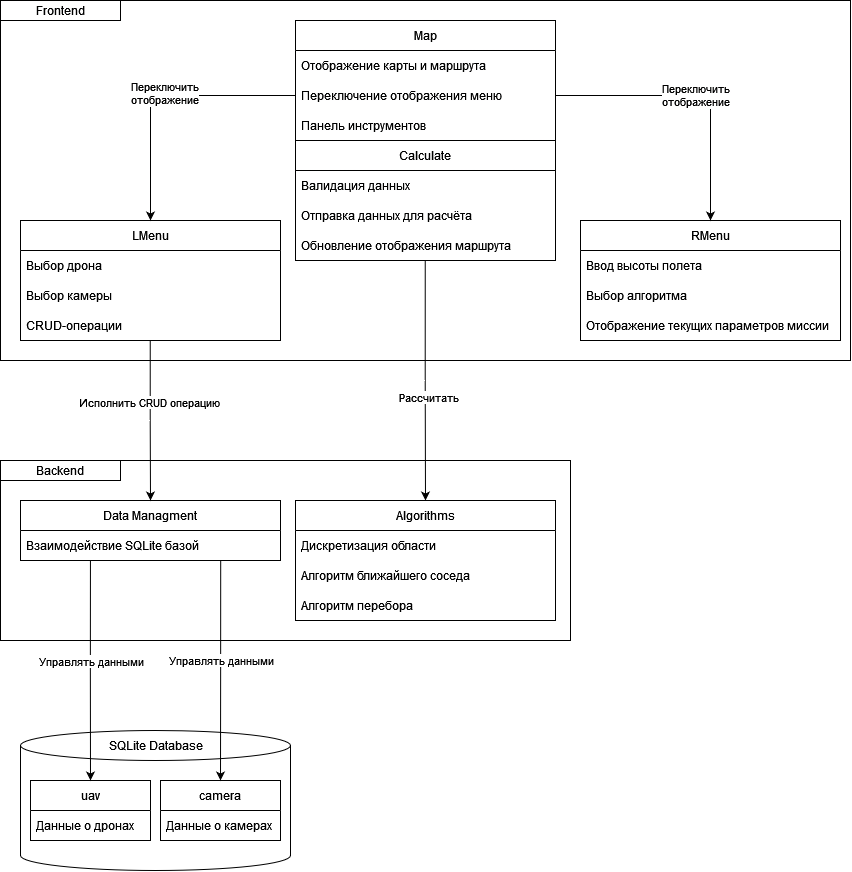
Above: doc/task4/Компоненты системы.drawio.png in evgenkot/uav-route-calculation (draw.io), before the change. Source tidied: cells renumbered, new cells last; positions are measured from the earlier drawing's top-left corner, leaving out a move shared by most shapes.
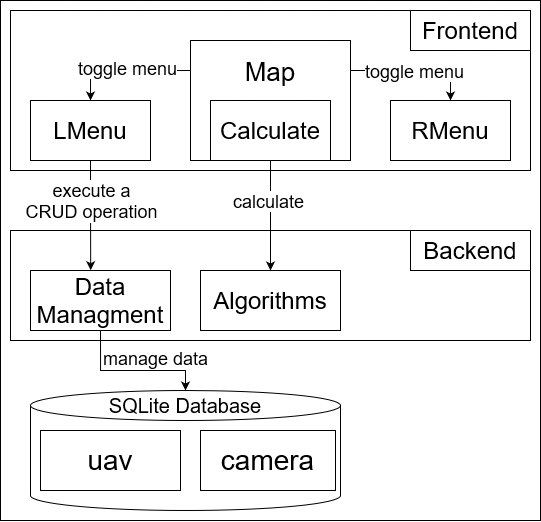
Later version of the same file.

The edit, as a diff of the source:
```diff
@@ -2,138 +2,93 @@
   <root>
     <mxCell id="0" />
     <mxCell id="1" parent="0" />
-    <mxCell id="2" style="rounded=0;whiteSpace=wrap;html=1;" parent="1" vertex="1">
-      <mxGeometry width="850" height="360" as="geometry" />
-    </mxCell>
+    <mxCell id="45" style="rounded=0;whiteSpace=wrap;html=1;" parent="1" vertex="1">
+      <mxGeometry x="-10" y="-10" width="540" height="520" as="geometry" />
+    </mxCell>
+    <mxCell id="46" style="rounded=0;whiteSpace=wrap;html=1;fillColor=none;" parent="1" vertex="1">
+      <mxGeometry width="520" height="160" as="geometry" />
+    </mxCell>
-    <mxCell id="3" value="&lt;div&gt;Frontend&lt;/div&gt;" style="rounded=0;whiteSpace=wrap;html=1;" parent="1" vertex="1">
-      <mxGeometry width="120" height="20" as="geometry" />
+    <mxCell id="3" value="&lt;div style=&quot;font-size: 24px;&quot;&gt;&lt;font style=&quot;font-size: 24px;&quot;&gt;Frontend&lt;/font&gt;&lt;/div&gt;" style="rounded=0;whiteSpace=wrap;html=1;" parent="1" vertex="1">
+      <mxGeometry x="400" width="120" height="40" as="geometry" />
     </mxCell>
-    <mxCell id="4" value="Map" style="swimlane;fontStyle=0;horizontal=1;startSize=30;whiteSpace=wrap;html=1;" parent="1" vertex="1">
-      <mxGeometry x="295" y="20" width="260" height="240" as="geometry" />
-    </mxCell>
-    <mxCell id="5" value="Отображение карты и маршрута" style="text;strokeColor=none;fillColor=none;align=left;verticalAlign=middle;spacingLeft=4;spacingRight=4;overflow=hidden;whiteSpace=wrap;html=1;" parent="4" vertex="1">
-      <mxGeometry y="30" width="260" height="30" as="geometry" />
-    </mxCell>
-    <mxCell id="6" value="Переключение отображения меню" style="text;strokeColor=none;fillColor=none;align=left;verticalAlign=middle;spacingLeft=4;spacingRight=4;overflow=hidden;points=[[0,0.5],[1,0.5]];portConstraint=eastwest;whiteSpace=wrap;html=1;" parent="4" vertex="1">
-      <mxGeometry y="60" width="260" height="30" as="geometry" />
-    </mxCell>
-    <mxCell id="7" value="Панель инструментов" style="text;strokeColor=none;fillColor=none;align=left;verticalAlign=middle;spacingLeft=4;spacingRight=4;overflow=hidden;whiteSpace=wrap;html=1;" parent="4" vertex="1">
-      <mxGeometry y="90" width="260" height="30" as="geometry" />
-    </mxCell>
-    <mxCell id="8" value="Calculate" style="swimlane;fontStyle=0;horizontal=1;startSize=30;whiteSpace=wrap;html=1;" parent="4" vertex="1">
-      <mxGeometry y="120" width="260" height="120" as="geometry" />
-    </mxCell>
-    <mxCell id="9" value="Валидация данных" style="text;strokeColor=none;fillColor=none;align=left;verticalAlign=middle;spacingLeft=4;spacingRight=4;overflow=hidden;whiteSpace=wrap;html=1;" parent="8" vertex="1">
-      <mxGeometry y="30" width="260" height="30" as="geometry" />
-    </mxCell>
-    <mxCell id="10" value="Отправка данных для расчёта" style="text;strokeColor=none;fillColor=none;align=left;verticalAlign=middle;spacingLeft=4;spacingRight=4;overflow=hidden;whiteSpace=wrap;html=1;" parent="8" vertex="1">
-      <mxGeometry y="60" width="260" height="30" as="geometry" />
-    </mxCell>
-    <mxCell id="11" value="Обновление отображения маршрута" style="text;strokeColor=none;fillColor=none;align=left;verticalAlign=middle;spacingLeft=4;spacingRight=4;overflow=hidden;points=[[0,0.5],[1,0.5]];portConstraint=eastwest;whiteSpace=wrap;html=1;" parent="8" vertex="1">
-      <mxGeometry y="90" width="260" height="30" as="geometry" />
-    </mxCell>
-    <mxCell id="12" value="LMenu" style="swimlane;fontStyle=0;horizontal=1;startSize=30;whiteSpace=wrap;html=1;" parent="1" vertex="1">
-      <mxGeometry x="20" y="220" width="260" height="120" as="geometry" />
-    </mxCell>
-    <mxCell id="13" value="Выбор дрона" style="text;strokeColor=none;fillColor=none;align=left;verticalAlign=middle;spacingLeft=4;spacingRight=4;overflow=hidden;whiteSpace=wrap;html=1;" parent="12" vertex="1">
-      <mxGeometry y="30" width="260" height="30" as="geometry" />
-    </mxCell>
-    <mxCell id="14" value="Выбор камеры" style="text;strokeColor=none;fillColor=none;align=left;verticalAlign=middle;spacingLeft=4;spacingRight=4;overflow=hidden;whiteSpace=wrap;html=1;" parent="12" vertex="1">
-      <mxGeometry y="60" width="260" height="30" as="geometry" />
-    </mxCell>
-    <mxCell id="15" value="CRUD-операции" style="text;strokeColor=none;fillColor=none;align=left;verticalAlign=middle;spacingLeft=4;spacingRight=4;overflow=hidden;points=[[0,0.5],[1,0.5]];portConstraint=eastwest;whiteSpace=wrap;html=1;" parent="12" vertex="1">
-      <mxGeometry y="90" width="260" height="30" as="geometry" />
-    </mxCell>
-    <mxCell id="16" value="RMenu" style="swimlane;fontStyle=0;horizontal=1;startSize=30;whiteSpace=wrap;html=1;" parent="1" vertex="1">
-      <mxGeometry x="580" y="220" width="260" height="120" as="geometry" />
-    </mxCell>
-    <mxCell id="17" value="Ввод высоты полета" style="text;strokeColor=none;fillColor=none;align=left;verticalAlign=middle;spacingLeft=4;spacingRight=4;overflow=hidden;whiteSpace=wrap;html=1;" parent="16" vertex="1">
-      <mxGeometry y="30" width="260" height="30" as="geometry" />
-    </mxCell>
-    <mxCell id="18" value="Выбор алгоритма" style="text;strokeColor=none;fillColor=none;align=left;verticalAlign=middle;spacingLeft=4;spacingRight=4;overflow=hidden;whiteSpace=wrap;html=1;" parent="16" vertex="1">
-      <mxGeometry y="60" width="260" height="30" as="geometry" />
-    </mxCell>
-    <mxCell id="19" value="Отображение текущих параметров миссии" style="text;strokeColor=none;fillColor=none;align=left;verticalAlign=middle;spacingLeft=4;spacingRight=4;overflow=hidden;whiteSpace=wrap;html=1;" parent="16" vertex="1">
-      <mxGeometry y="90" width="260" height="30" as="geometry" />
-    </mxCell>
-    <mxCell id="20" style="edgeStyle=orthogonalEdgeStyle;rounded=0;jettySize=auto;html=1;exitX=0;exitY=0.5;exitDx=0;exitDy=0;entryX=0.5;entryY=0;entryDx=0;entryDy=0;" parent="1" edge="1" source="6" target="12">
+    <mxCell id="20" style="edgeStyle=orthogonalEdgeStyle;rounded=0;jettySize=auto;html=1;exitX=0;exitY=0.25;exitDx=0;exitDy=0;entryX=0.5;entryY=0;entryDx=0;entryDy=0;" parent="1" edge="1" source="4" target="12">
       <mxGeometry relative="1" as="geometry" />
     </mxCell>
-    <mxCell id="21" value="&lt;div&gt;Переключить &lt;br&gt;&lt;/div&gt;&lt;div&gt;отображение&lt;/div&gt;" style="edgeLabel;html=1;align=center;verticalAlign=middle;" parent="20" vertex="1">
+    <mxCell id="21" value="&lt;font style=&quot;font-size: 18px;&quot;&gt;toggle menu&lt;/font&gt;" style="edgeLabel;html=1;align=center;verticalAlign=middle;" parent="20" vertex="1">
       <mxGeometry x="-0.03" y="-3" relative="1" as="geometry" />
     </mxCell>
-    <mxCell id="22" value="&lt;div&gt;Переключить &lt;br&gt;&lt;/div&gt;&lt;div&gt;отображение&lt;/div&gt;" style="edgeStyle=orthogonalEdgeStyle;rounded=0;jettySize=auto;html=1;exitX=1;exitY=0.5;exitDx=0;exitDy=0;entryX=0.5;entryY=0;entryDx=0;entryDy=0;" parent="1" edge="1" source="6" target="16">
-      <mxGeometry relative="1" as="geometry" />
-    </mxCell>
-    <mxCell id="23" style="rounded=0;whiteSpace=wrap;html=1;" parent="1" vertex="1">
-      <mxGeometry y="460" width="570" height="180" as="geometry" />
-    </mxCell>
+    <mxCell id="35" style="shape=cylinder3;whiteSpace=wrap;html=1;boundedLbl=1;backgroundOutline=1;size=15;" parent="1" vertex="1">
+      <mxGeometry x="20" y="380" width="310" height="120" as="geometry" />
+    </mxCell>
+    <mxCell id="40" value="&lt;font style=&quot;font-size: 20px;&quot;&gt;SQLite Database&lt;/font&gt;" style="text;html=1;strokeColor=none;fillColor=none;align=center;verticalAlign=middle;whiteSpace=wrap;rounded=0;" parent="1" vertex="1">
+      <mxGeometry x="95" y="380" width="160" height="30" as="geometry" />
+    </mxCell>
+    <mxCell id="4" value="&lt;font style=&quot;font-size: 26px;&quot;&gt;Map&lt;/font&gt;&lt;br&gt;&lt;br&gt;&lt;br&gt;&lt;br&gt;&lt;br&gt;" style="rounded=0;whiteSpace=wrap;html=1;" parent="1" vertex="1">
+      <mxGeometry x="180" y="30" width="160" height="120" as="geometry" />
+    </mxCell>
+    <mxCell id="8" value="&lt;font style=&quot;font-size: 24px;&quot;&gt;Calculate&lt;/font&gt;" style="rounded=0;whiteSpace=wrap;html=1;" parent="1" vertex="1">
+      <mxGeometry x="200" y="90" width="120" height="60" as="geometry" />
+    </mxCell>
+    <mxCell id="47" style="edgeStyle=orthogonalEdgeStyle;rounded=0;jettySize=auto;html=1;exitX=0.5;exitY=1;exitDx=0;exitDy=0;entryX=0.43;entryY=-0.005;entryDx=0;entryDy=0;entryPerimeter=0;" parent="1" edge="1" source="12" target="25">
+      <mxGeometry relative="1" as="geometry" />
+    </mxCell>
+    <mxCell id="48" value="&lt;font style=&quot;font-size: 18px;&quot;&gt;execute a &lt;br&gt;CRUD operation&lt;/font&gt;" style="edgeLabel;html=1;align=center;verticalAlign=middle;" parent="47" vertex="1">
+      <mxGeometry x="0.13" y="-1" relative="1" as="geometry">
+        <mxPoint x="1" y="-22" as="offset" />
+      </mxGeometry>
+    </mxCell>
+    <mxCell id="12" value="&lt;font style=&quot;font-size: 24px;&quot;&gt;LMenu&lt;/font&gt;" style="rounded=0;whiteSpace=wrap;html=1;" parent="1" vertex="1">
+      <mxGeometry x="20" y="90" width="120" height="60" as="geometry" />
+    </mxCell>
+    <mxCell id="16" value="&lt;font style=&quot;font-size: 24px;&quot;&gt;RMenu&lt;/font&gt;" style="rounded=0;whiteSpace=wrap;html=1;" parent="1" vertex="1">
+      <mxGeometry x="380" y="90" width="120" height="60" as="geometry" />
+    </mxCell>
+    <mxCell id="49" style="edgeStyle=orthogonalEdgeStyle;rounded=0;jettySize=auto;html=1;exitX=1;exitY=0.25;exitDx=0;exitDy=0;entryX=0.5;entryY=0;entryDx=0;entryDy=0;" parent="1" edge="1" source="4" target="16">
+      <mxGeometry relative="1" as="geometry" />
+    </mxCell>
+    <mxCell id="50" value="&lt;font style=&quot;font-size: 18px;&quot;&gt;toggle menu&lt;/font&gt;" style="edgeLabel;html=1;align=center;verticalAlign=middle;" parent="49" vertex="1">
+      <mxGeometry x="-0.03" y="-3" relative="1" as="geometry">
+        <mxPoint y="-3" as="offset" />
+      </mxGeometry>
+    </mxCell>
-    <mxCell id="24" value="Backend" style="rounded=0;whiteSpace=wrap;html=1;" parent="1" vertex="1">
-      <mxGeometry y="460" width="120" height="20" as="geometry" />
+    <mxCell id="24" value="&lt;div style=&quot;font-size: 24px;&quot;&gt;&lt;font style=&quot;font-size: 24px;&quot;&gt;Backend&lt;/font&gt;&lt;/div&gt;" style="rounded=0;whiteSpace=wrap;html=1;" parent="1" vertex="1">
+      <mxGeometry x="400" y="220" width="120" height="40" as="geometry" />
     </mxCell>
-    <mxCell id="25" value="Data Managment" style="swimlane;fontStyle=0;horizontal=1;startSize=30;whiteSpace=wrap;html=1;" parent="1" vertex="1">
-      <mxGeometry x="20" y="500" width="260" height="60" as="geometry" />
+    <mxCell id="25" value="&lt;font style=&quot;font-size: 24px;&quot;&gt;Data &lt;span style=&quot;color: rgb(0, 0, 0);&quot;&gt;Managment&lt;/span&gt;&lt;/font&gt;" style="rounded=0;whiteSpace=wrap;html=1;" parent="1" vertex="1">
+      <mxGeometry x="20" y="260" width="140" height="60" as="geometry" />
     </mxCell>
-    <mxCell id="26" value="Взаимодействие SQLite базой" style="text;strokeColor=none;fillColor=none;align=left;verticalAlign=middle;spacingLeft=4;spacingRight=4;overflow=hidden;points=[[0,0.5],[1,0.5]];portConstraint=eastwest;whiteSpace=wrap;html=1;" parent="25" vertex="1">
-      <mxGeometry y="30" width="260" height="30" as="geometry" />
-    </mxCell>
-    <mxCell id="27" style="edgeStyle=orthogonalEdgeStyle;rounded=0;jettySize=auto;html=1;exitX=0.499;exitY=1.005;exitDx=0;exitDy=0;entryX=0.5;entryY=0;entryDx=0;entryDy=0;exitPerimeter=0;" parent="1" edge="1" source="15" target="25">
-      <mxGeometry relative="1" as="geometry" />
-    </mxCell>
-    <mxCell id="28" value="Исполнить CRUD операцию" style="edgeLabel;html=1;align=center;verticalAlign=middle;" parent="27" vertex="1">
-      <mxGeometry x="-0.24" y="-1" relative="1" as="geometry" />
-    </mxCell>
-    <mxCell id="29" style="edgeStyle=orthogonalEdgeStyle;rounded=0;jettySize=auto;html=1;exitX=0.499;exitY=1.014;exitDx=0;exitDy=0;entryX=0.5;entryY=0;entryDx=0;entryDy=0;exitPerimeter=0;" parent="1" edge="1" source="11" target="31">
-      <mxGeometry relative="1" as="geometry" />
-    </mxCell>
-    <mxCell id="30" value="Рассчитать" style="edgeLabel;html=1;align=center;verticalAlign=middle;" parent="29" vertex="1">
-      <mxGeometry x="0.13" y="2" relative="1" as="geometry" />
-    </mxCell>
-    <mxCell id="31" value="Algorithms" style="swimlane;fontStyle=0;horizontal=1;startSize=30;whiteSpace=wrap;html=1;" parent="1" vertex="1">
-      <mxGeometry x="295" y="500" width="260" height="120" as="geometry" />
+    <mxCell id="31" value="&lt;font style=&quot;font-size: 24px;&quot;&gt;Algorithms&lt;/font&gt;" style="rounded=0;whiteSpace=wrap;html=1;" parent="1" vertex="1">
+      <mxGeometry x="190" y="260" width="140" height="60" as="geometry" />
     </mxCell>
-    <mxCell id="32" value="Дискретизация области" style="text;strokeColor=none;fillColor=none;align=left;verticalAlign=middle;spacingLeft=4;spacingRight=4;overflow=hidden;whiteSpace=wrap;html=1;" parent="31" vertex="1">
-      <mxGeometry y="30" width="260" height="30" as="geometry" />
-    </mxCell>
-    <mxCell id="33" value="Алгоритм ближайшего соседа" style="text;strokeColor=none;fillColor=none;align=left;verticalAlign=middle;spacingLeft=4;spacingRight=4;overflow=hidden;whiteSpace=wrap;html=1;" parent="31" vertex="1">
-      <mxGeometry y="60" width="260" height="30" as="geometry" />
-    </mxCell>
-    <mxCell id="34" value="Алгоритм перебора" style="text;strokeColor=none;fillColor=none;align=left;verticalAlign=middle;spacingLeft=4;spacingRight=4;overflow=hidden;whiteSpace=wrap;html=1;" parent="31" vertex="1">
-      <mxGeometry y="90" width="260" height="30" as="geometry" />
-    </mxCell>
-    <mxCell id="35" style="shape=cylinder3;whiteSpace=wrap;html=1;boundedLbl=1;backgroundOutline=1;size=15;" parent="1" vertex="1">
-      <mxGeometry x="20" y="730" width="270" height="140" as="geometry" />
-    </mxCell>
+    <mxCell id="51" style="edgeStyle=orthogonalEdgeStyle;rounded=0;jettySize=auto;html=1;exitX=0.5;exitY=1;exitDx=0;exitDy=0;entryX=0.5;entryY=0;entryDx=0;entryDy=0;" parent="1" edge="1" source="4" target="31">
+      <mxGeometry relative="1" as="geometry" />
+    </mxCell>
+    <mxCell id="52" value="&lt;font style=&quot;font-size: 18px;&quot;&gt;calculate&lt;/font&gt;" style="edgeLabel;html=1;align=center;verticalAlign=middle;" parent="51" vertex="1">
+      <mxGeometry x="-0.03" y="-3" relative="1" as="geometry">
+        <mxPoint y="-13" as="offset" />
+      </mxGeometry>
+    </mxCell>
+    <mxCell id="53" style="rounded=0;whiteSpace=wrap;html=1;fillColor=none;" parent="1" vertex="1">
+      <mxGeometry y="220" width="520" height="110" as="geometry" />
+    </mxCell>
-    <mxCell id="36" value="uav" style="swimlane;fontStyle=0;horizontal=1;startSize=30;whiteSpace=wrap;html=1;" parent="1" vertex="1">
-      <mxGeometry x="30" y="780" width="120" height="60" as="geometry" />
+    <mxCell id="36" value="&lt;font style=&quot;font-size: 28px;&quot;&gt;uav&lt;/font&gt;" style="rounded=0;whiteSpace=wrap;html=1;" parent="1" vertex="1">
+      <mxGeometry x="30" y="420" width="140" height="60" as="geometry" />
     </mxCell>
-    <mxCell id="37" value="Данные о дронах" style="text;strokeColor=none;fillColor=none;align=left;verticalAlign=middle;spacingLeft=4;spacingRight=4;overflow=hidden;whiteSpace=wrap;html=1;" parent="36" vertex="1">
-      <mxGeometry y="30" width="120" height="30" as="geometry" />
-    </mxCell>
-    <mxCell id="38" value="camera" style="swimlane;fontStyle=0;horizontal=1;startSize=30;whiteSpace=wrap;html=1;" parent="1" vertex="1">
-      <mxGeometry x="160" y="780" width="120" height="60" as="geometry" />
+    <mxCell id="38" value="&lt;font style=&quot;font-size: 28px;&quot;&gt;camera&lt;/font&gt;" style="rounded=0;whiteSpace=wrap;html=1;" parent="1" vertex="1">
+      <mxGeometry x="190" y="420" width="135" height="60" as="geometry" />
     </mxCell>
-    <mxCell id="39" value="Данные о камерах" style="text;strokeColor=none;fillColor=none;align=left;verticalAlign=middle;spacingLeft=4;spacingRight=4;overflow=hidden;whiteSpace=wrap;html=1;" parent="38" vertex="1">
-      <mxGeometry y="30" width="120" height="30" as="geometry" />
-    </mxCell>
-    <mxCell id="40" value="SQLite Database" style="text;html=1;strokeColor=none;fillColor=none;align=center;verticalAlign=middle;whiteSpace=wrap;rounded=0;" parent="1" vertex="1">
-      <mxGeometry x="102.5" y="730" width="105" height="30" as="geometry" />
-    </mxCell>
-    <mxCell id="41" style="edgeStyle=orthogonalEdgeStyle;rounded=0;jettySize=auto;html=1;exitX=0.269;exitY=1;exitDx=0;exitDy=0;entryX=0.5;entryY=0;entryDx=0;entryDy=0;exitPerimeter=0;" parent="1" edge="1" source="26" target="36">
-      <mxGeometry relative="1" as="geometry" />
-    </mxCell>
-    <mxCell id="42" value="Управлять данными" style="edgeLabel;html=1;align=center;verticalAlign=middle;" parent="41" vertex="1">
-      <mxGeometry x="-0.24" relative="1" as="geometry">
-        <mxPoint y="17" as="offset" />
-      </mxGeometry>
-    </mxCell>
-    <mxCell id="43" style="edgeStyle=orthogonalEdgeStyle;rounded=0;jettySize=auto;html=1;exitX=0.77;exitY=1.014;exitDx=0;exitDy=0;entryX=0.5;entryY=0;entryDx=0;entryDy=0;exitPerimeter=0;" parent="1" edge="1" source="26" target="38">
-      <mxGeometry relative="1" as="geometry" />
-    </mxCell>
-    <mxCell id="44" value="Управлять данными" style="edgeLabel;html=1;align=center;verticalAlign=middle;" parent="43" vertex="1">
-      <mxGeometry x="-0.24" relative="1" as="geometry">
-        <mxPoint y="16" as="offset" />
-      </mxGeometry>
-    </mxCell>
+    <mxCell id="54" style="edgeStyle=orthogonalEdgeStyle;rounded=0;jettySize=auto;html=1;exitX=0.5;exitY=1;exitDx=0;exitDy=0;entryX=0.5;entryY=0;entryDx=0;entryDy=0;entryPerimeter=0;" parent="1" edge="1" source="25" target="35">
+      <mxGeometry relative="1" as="geometry">
+        <Array as="points">
+          <mxPoint x="90" y="360" />
+          <mxPoint x="175" y="360" />
+        </Array>
+      </mxGeometry>
+    </mxCell>
+    <mxCell id="55" value="&lt;font style=&quot;font-size: 18px;&quot;&gt;manage data&lt;br&gt;&lt;/font&gt;" style="edgeLabel;html=1;align=center;verticalAlign=middle;" parent="54" vertex="1">
+      <mxGeometry x="0.13" y="-1" relative="1" as="geometry">
+        <mxPoint x="12" y="-14" as="offset" />
+      </mxGeometry>
+    </mxCell>
   </root>
 </mxGraphModel>
```
